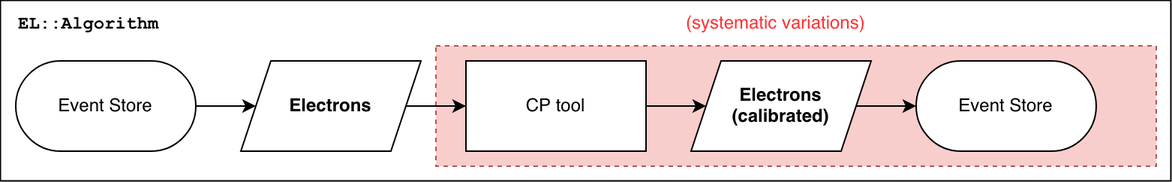
Before: eventloop_vs_dataflow.drawio.png, a diagram exported from draw.io (taehyounpark/draw-io-diagrams). Source tidied: cells renumbered, new cells last; positions are measured from the earlier drawing's top-left corner, leaving out a move shared by most shapes.
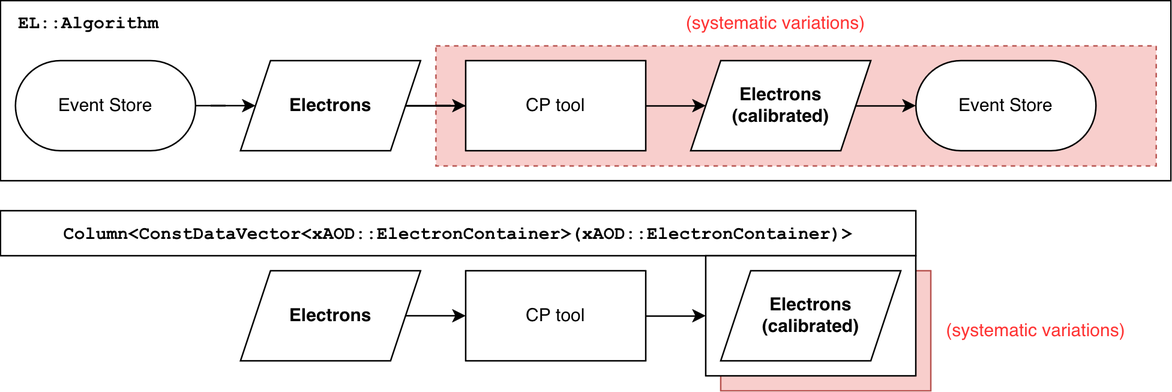
Later version of the same file.

Diff of the diagram source:
```diff
@@ -8,50 +8,88 @@
     <mxCell id="3" style="rounded=0;whiteSpace=wrap;html=1;dashed=1;fillColor=#f8cecc;strokeColor=#b85450;" parent="1" vertex="1">
       <mxGeometry x="290" y="30" width="480" height="80" as="geometry" />
     </mxCell>
-    <mxCell id="4" style="rounded=0;jettySize=auto;html=1;exitX=1;exitY=0.5;exitDx=0;exitDy=0;entryX=0;entryY=0.5;entryDx=0;entryDy=0;" parent="1" edge="1" source="14" target="12">
-      <mxGeometry relative="1" as="geometry" />
-    </mxCell>
+    <mxCell id="19" style="rounded=0;jettySize=auto;html=1;exitX=1;exitY=0.5;exitDx=0;exitDy=0;entryX=0;entryY=0.5;entryDx=0;entryDy=0;" parent="1" edge="1" source="29" target="12">
+      <mxGeometry relative="1" as="geometry" />
+    </mxCell>
     <mxCell id="5" value="&lt;font face=&quot;Courier New&quot;&gt;EL::Algorithm&lt;/font&gt;" style="text;html=1;align=left;verticalAlign=middle;whiteSpace=wrap;rounded=0;fontStyle=1;" parent="1" vertex="1">
       <mxGeometry x="10" width="360" height="30" as="geometry" />
     </mxCell>
     <mxCell id="6" style="group;fontStyle=0;" parent="1" vertex="1">
       <mxGeometry x="160" y="40" width="120" height="60" as="geometry" />
     </mxCell>
-    <mxCell id="7" style="shape=parallelogram;perimeter=parallelogramPerimeter;whiteSpace=wrap;html=1;fixedSize=1;" parent="6" vertex="1">
-      <mxGeometry width="120" height="60" as="geometry" />
-    </mxCell>
-    <mxCell id="8" value="&lt;b&gt;Electrons&lt;/b&gt;" style="text;html=1;align=center;verticalAlign=middle;whiteSpace=wrap;rounded=0;" parent="6" vertex="1">
-      <mxGeometry x="30" y="15" width="60" height="30" as="geometry" />
-    </mxCell>
-    <mxCell id="9" style="edgeStyle=orthogonalEdgeStyle;rounded=0;jettySize=auto;html=1;exitX=1;exitY=0.5;exitDx=0;exitDy=0;entryX=0;entryY=0.5;entryDx=0;entryDy=0;" parent="1" edge="1" source="10" target="7">
-      <mxGeometry relative="1" as="geometry" />
-    </mxCell>
+    <mxCell id="20" style="shape=parallelogram;perimeter=parallelogramPerimeter;whiteSpace=wrap;html=1;fixedSize=1;" parent="6" vertex="1">
+      <mxGeometry width="120" height="60" as="geometry" />
+    </mxCell>
+    <mxCell id="21" value="&lt;b&gt;Electrons&lt;/b&gt;" style="text;html=1;align=center;verticalAlign=middle;whiteSpace=wrap;rounded=0;" parent="6" vertex="1">
+      <mxGeometry x="30" y="15" width="60" height="30" as="geometry" />
+    </mxCell>
+    <mxCell id="22" style="edgeStyle=orthogonalEdgeStyle;rounded=0;jettySize=auto;html=1;exitX=1;exitY=0.5;exitDx=0;exitDy=0;entryX=0;entryY=0.5;entryDx=0;entryDy=0;" parent="1" edge="1" source="10" target="20">
+      <mxGeometry relative="1" as="geometry" />
+    </mxCell>
     <mxCell id="10" value="Event Store" style="rounded=1;whiteSpace=wrap;html=1;arcSize=50;" parent="1" vertex="1">
       <mxGeometry x="10" y="40" width="120" height="60" as="geometry" />
     </mxCell>
-    <mxCell id="11" style="edgeStyle=orthogonalEdgeStyle;rounded=0;jettySize=auto;html=1;exitX=1;exitY=0.5;exitDx=0;exitDy=0;entryX=0;entryY=0.5;entryDx=0;entryDy=0;" parent="1" edge="1" source="7" target="14">
-      <mxGeometry relative="1" as="geometry" />
-    </mxCell>
+    <mxCell id="23" style="edgeStyle=orthogonalEdgeStyle;rounded=0;jettySize=auto;html=1;exitX=1;exitY=0.5;exitDx=0;exitDy=0;entryX=0;entryY=0.5;entryDx=0;entryDy=0;" parent="1" edge="1" source="20" target="29">
+      <mxGeometry relative="1" as="geometry" />
+    </mxCell>
     <mxCell id="12" value="Event Store" style="rounded=1;whiteSpace=wrap;html=1;arcSize=50;" parent="1" vertex="1">
       <mxGeometry x="610" y="40" width="120" height="60" as="geometry" />
     </mxCell>
+    <mxCell id="24" style="group;fontStyle=1;" parent="1" vertex="1">
+      <mxGeometry x="160" y="180" width="120" height="60" as="geometry" />
+    </mxCell>
+    <mxCell id="25" style="shape=parallelogram;perimeter=parallelogramPerimeter;whiteSpace=wrap;html=1;fixedSize=1;" parent="24" vertex="1">
+      <mxGeometry width="120" height="60" as="geometry" />
+    </mxCell>
+    <mxCell id="26" value="&lt;b&gt;Electrons&lt;/b&gt;" style="text;html=1;align=center;verticalAlign=middle;whiteSpace=wrap;rounded=0;" parent="24" vertex="1">
+      <mxGeometry x="30" y="15" width="60" height="30" as="geometry" />
+    </mxCell>
+    <mxCell id="27" style="edgeStyle=orthogonalEdgeStyle;rounded=0;jettySize=auto;html=1;exitX=1;exitY=0.5;exitDx=0;exitDy=0;entryX=0;entryY=0.5;entryDx=0;entryDy=0;" parent="1" edge="1" source="25">
+      <mxGeometry relative="1" as="geometry">
+        <mxPoint x="310" y="210" as="targetPoint" />
+      </mxGeometry>
+    </mxCell>
+    <mxCell id="28" value="&lt;pre&gt;&lt;font face=&quot;Courier New&quot;&gt;&lt;span&gt;Column&amp;lt;ConstDataVector&amp;lt;xAOD::ElectronContainer&amp;gt;(xAOD::ElectronContainer)&amp;gt;&lt;/span&gt;&lt;/font&gt;&lt;/pre&gt;" style="text;html=1;align=center;verticalAlign=middle;whiteSpace=wrap;rounded=0;fontStyle=1;fillColor=default;strokeColor=default;" parent="1" vertex="1">
+      <mxGeometry y="140" width="610" height="30" as="geometry" />
+    </mxCell>
     <mxCell id="13" style="group;" parent="1" vertex="1">
       <mxGeometry x="460" y="40" width="120" height="60" as="geometry" />
     </mxCell>
-    <mxCell id="14" style="shape=parallelogram;perimeter=parallelogramPerimeter;whiteSpace=wrap;html=1;fixedSize=1;" parent="13" vertex="1">
-      <mxGeometry width="120" height="60" as="geometry" />
-    </mxCell>
+    <mxCell id="29" style="shape=parallelogram;perimeter=parallelogramPerimeter;whiteSpace=wrap;html=1;fixedSize=1;" parent="13" vertex="1">
+      <mxGeometry width="120" height="60" as="geometry" />
+    </mxCell>
     <mxCell id="15" value="&lt;div&gt;&lt;b&gt;Electrons (calibrated)&lt;br&gt;&lt;/b&gt;&lt;/div&gt;" style="text;html=1;align=center;verticalAlign=middle;whiteSpace=wrap;rounded=0;" parent="13" vertex="1">
       <mxGeometry x="30" y="15" width="60" height="30" as="geometry" />
     </mxCell>
     <mxCell id="16" value="CP tool" style="rounded=0;whiteSpace=wrap;html=1;" parent="1" vertex="1">
       <mxGeometry x="310" y="40" width="120" height="60" as="geometry" />
     </mxCell>
-    <mxCell id="17" style="edgeStyle=orthogonalEdgeStyle;rounded=0;jettySize=auto;html=1;exitX=1;exitY=0.5;exitDx=0;exitDy=0;entryX=0;entryY=0.5;entryDx=0;entryDy=0;" parent="1" edge="1" source="7" target="16">
-      <mxGeometry relative="1" as="geometry" />
-    </mxCell>
+    <mxCell id="30" style="edgeStyle=orthogonalEdgeStyle;rounded=0;jettySize=auto;html=1;exitX=1;exitY=0.5;exitDx=0;exitDy=0;entryX=0;entryY=0.5;entryDx=0;entryDy=0;" parent="1" edge="1" source="20" target="16">
+      <mxGeometry relative="1" as="geometry" />
+    </mxCell>
     <mxCell id="18" value="(systematic variations)" style="text;html=1;align=left;verticalAlign=middle;whiteSpace=wrap;rounded=0;fontColor=#FF3333;" parent="1" vertex="1">
       <mxGeometry x="455" width="150" height="30" as="geometry" />
     </mxCell>
+    <mxCell id="31" style="edgeStyle=orthogonalEdgeStyle;rounded=0;jettySize=auto;html=1;exitX=1;exitY=0.5;exitDx=0;exitDy=0;entryX=0;entryY=0.5;entryDx=0;entryDy=0;" parent="1" edge="1" source="32" target="34">
+      <mxGeometry relative="1" as="geometry" />
+    </mxCell>
+    <mxCell id="32" value="CP tool" style="rounded=0;whiteSpace=wrap;html=1;" parent="1" vertex="1">
+      <mxGeometry x="310" y="180" width="120" height="60" as="geometry" />
+    </mxCell>
+    <mxCell id="33" style="rounded=0;whiteSpace=wrap;html=1;fillColor=#f8cecc;strokeColor=#b85450;" parent="1" vertex="1">
+      <mxGeometry x="480" y="180" width="140" height="80" as="geometry" />
+    </mxCell>
+    <mxCell id="34" style="rounded=0;whiteSpace=wrap;html=1;" parent="1" vertex="1">
+      <mxGeometry x="470" y="170" width="140" height="80" as="geometry" />
+    </mxCell>
+    <mxCell id="35" style="shape=parallelogram;perimeter=parallelogramPerimeter;whiteSpace=wrap;html=1;fixedSize=1;" parent="1" vertex="1">
+      <mxGeometry x="480" y="180" width="120" height="60" as="geometry" />
+    </mxCell>
+    <mxCell id="36" value="&lt;div&gt;&lt;b&gt;Electrons (calibrated)&lt;br&gt;&lt;/b&gt;&lt;/div&gt;" style="text;html=1;align=center;verticalAlign=middle;whiteSpace=wrap;rounded=0;" parent="1" vertex="1">
+      <mxGeometry x="510" y="195" width="60" height="30" as="geometry" />
+    </mxCell>
+    <mxCell id="37" value="(systematic variations)" style="text;html=1;align=center;verticalAlign=middle;whiteSpace=wrap;rounded=0;fontColor=#FF3333;" parent="1" vertex="1">
+      <mxGeometry x="620" y="205" width="140" height="30" as="geometry" />
+    </mxCell>
   </root>
 </mxGraphModel>
```
